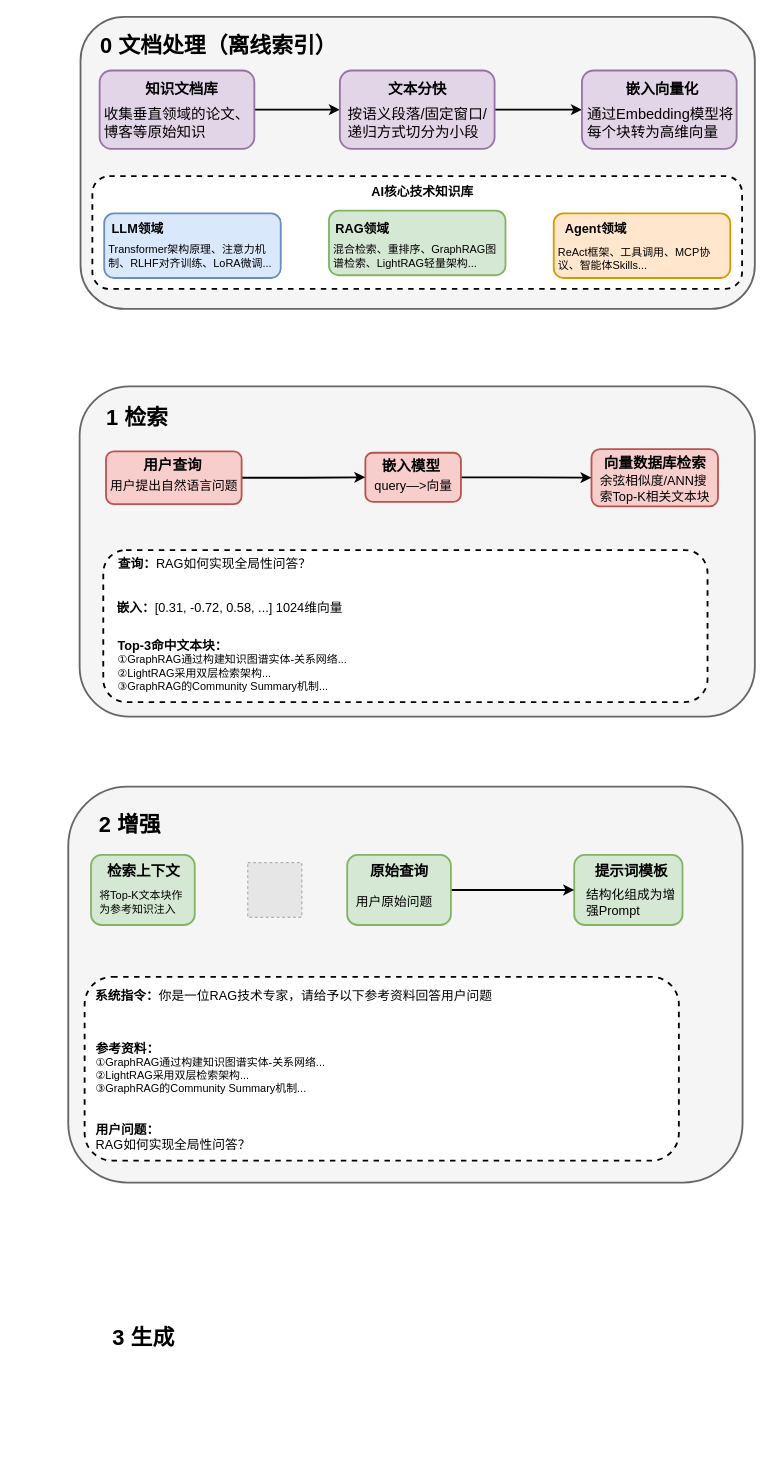
real-jiakai/draw keeps this draw.io diagram as diagrams/basic_workflow_of_rag.drawio. Above is the earlier version. Source tidied: cells renumbered, new cells numbered last; positions are measured from the earlier drawing's top-left corner, leaving out a move shared by most shapes. Both pictures are drawn from the tidied source at 91%, with x=0, y=0 at pixel (15, 16). Pictures stored in the file or linked from it are replaced by grey dashed boxes.
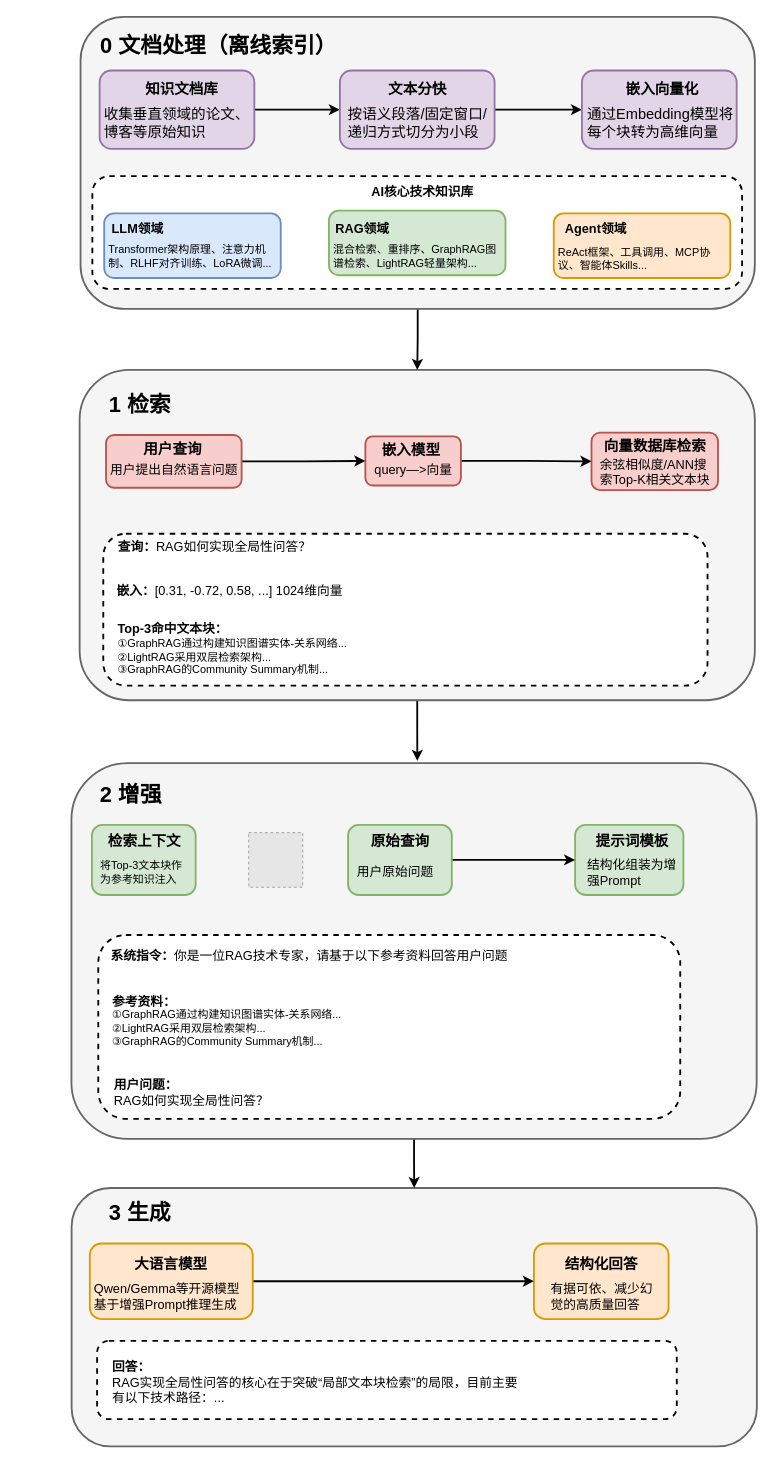
The same page after the edit.

The change refers to these unchanged cells:
```xml
<mxCell id="15" style="rounded=1;whiteSpace=wrap;html=1;fillColor=#f5f5f5;fontColor=#333333;strokeColor=#666666;strokeWidth=2;" parent="1" vertex="1">
  <mxGeometry x="71" width="741" height="321" as="geometry" />
</mxCell>
```

The edit, as a diff of the source:
```diff
@@
+    <mxCell id="61" style="rounded=1;whiteSpace=wrap;html=1;fillColor=#f5f5f5;fontColor=#333333;strokeColor=#666666;strokeWidth=2;" parent="1" vertex="1">
+      <mxGeometry x="61.2" y="1287" width="753" height="284" as="geometry" />
+    </mxCell>
+    <mxCell id="62" style="rounded=1;whiteSpace=wrap;html=1;strokeWidth=2;dashed=1;" parent="1" vertex="1">
+      <mxGeometry x="89.2" y="1455" width="637" height="86" as="geometry" />
+    </mxCell>
+    <mxCell id="63" style="rounded=1;whiteSpace=wrap;html=1;strokeWidth=2;fillColor=#ffe6cc;strokeColor=#d79b00;" parent="1" vertex="1">
+      <mxGeometry x="569.2" y="1348" width="148" height="83" as="geometry" />
+    </mxCell>
+    <mxCell id="64" style="edgeStyle=orthogonalEdgeStyle;rounded=0;jettySize=auto;html=1;exitX=1;exitY=0.5;exitDx=0;exitDy=0;strokeWidth=2;" parent="1" edge="1" source="65" target="63">
+      <mxGeometry relative="1" as="geometry" />
+    </mxCell>
+    <mxCell id="65" style="rounded=1;whiteSpace=wrap;html=1;strokeWidth=2;fillColor=#ffe6cc;strokeColor=#d79b00;" parent="1" vertex="1">
+      <mxGeometry x="81.2" y="1348" width="179" height="83" as="geometry" />
+    </mxCell>
+    <mxCell id="66" style="edgeStyle=orthogonalEdgeStyle;rounded=0;jettySize=auto;html=1;exitX=0.5;exitY=1;exitDx=0;exitDy=0;strokeWidth=2;" parent="1" edge="1" source="2" target="61">
+      <mxGeometry relative="1" as="geometry" />
+    </mxCell>
     <mxCell id="2" style="rounded=1;whiteSpace=wrap;html=1;fillColor=#f5f5f5;fontColor=#333333;strokeColor=#666666;strokeWidth=2;" parent="1" vertex="1">
-      <mxGeometry x="57.5" y="846" width="741" height="435" as="geometry" />
+      <mxGeometry x="61" y="820" width="753" height="413" as="geometry" />
     </mxCell>
     <mxCell id="3" style="rounded=1;whiteSpace=wrap;html=1;strokeWidth=2;dashed=1;" parent="1" vertex="1">
-      <mxGeometry x="75.5" y="1055" width="653" height="202" as="geometry" />
+      <mxGeometry x="90.5" y="1009" width="639.5" height="202" as="geometry" />
     </mxCell>
     <mxCell id="4" style="rounded=1;whiteSpace=wrap;html=1;fillColor=#d5e8d4;strokeColor=#82b366;strokeWidth=2;" parent="1" vertex="1">
-      <mxGeometry x="613.5" y="921" width="119" height="77" as="geometry" />
+      <mxGeometry x="614.5" y="888" width="119" height="77" as="geometry" />
     </mxCell>
@@
     <mxCell id="6" style="rounded=1;whiteSpace=wrap;html=1;fillColor=#d5e8d4;strokeColor=#82b366;strokeWidth=2;" parent="1" vertex="1">
-      <mxGeometry x="364" y="921" width="114" height="77" as="geometry" />
+      <mxGeometry x="365" y="888" width="114" height="77" as="geometry" />
     </mxCell>
     <mxCell id="7" style="rounded=1;whiteSpace=wrap;html=1;fillColor=#d5e8d4;strokeColor=#82b366;strokeWidth=2;" parent="1" vertex="1">
-      <mxGeometry x="82.5" y="921" width="114" height="77" as="geometry" />
+      <mxGeometry x="83.5" y="888" width="114" height="77" as="geometry" />
     </mxCell>
+    <mxCell id="67" style="edgeStyle=orthogonalEdgeStyle;rounded=0;jettySize=auto;html=1;exitX=0.5;exitY=1;exitDx=0;exitDy=0;strokeWidth=2;" parent="1" edge="1" source="8">
+      <mxGeometry relative="1" as="geometry">
+        <mxPoint x="441.1" y="817.6" as="targetPoint" />
+      </mxGeometry>
+    </mxCell>
     <mxCell id="8" style="rounded=1;whiteSpace=wrap;html=1;fillColor=#f5f5f5;fontColor=#333333;strokeColor=#666666;strokeWidth=2;" parent="1" vertex="1">
-      <mxGeometry x="70" y="406" width="742" height="363" as="geometry" />
+      <mxGeometry x="70" y="388" width="742" height="363" as="geometry" />
     </mxCell>
     <mxCell id="9" style="rounded=1;whiteSpace=wrap;html=1;strokeWidth=2;dashed=1;" parent="1" vertex="1">
-      <mxGeometry x="96" y="586" width="664" height="167" as="geometry" />
+      <mxGeometry x="96" y="568" width="664" height="167" as="geometry" />
     </mxCell>
     <mxCell id="10" style="rounded=1;whiteSpace=wrap;html=1;strokeWidth=2;fillColor=#f8cecc;strokeColor=#b85450;" parent="1" vertex="1">
-      <mxGeometry x="632.5" y="475" width="139" height="63" as="geometry" />
+      <mxGeometry x="632.5" y="457" width="139" height="63" as="geometry" />
     </mxCell>
@@
     <mxCell id="12" style="rounded=1;whiteSpace=wrap;html=1;strokeWidth=2;fillColor=#f8cecc;strokeColor=#b85450;" parent="1" vertex="1">
-      <mxGeometry x="384" y="479" width="105" height="54" as="geometry" />
+      <mxGeometry x="384" y="461" width="105" height="54" as="geometry" />
     </mxCell>
@@
     <mxCell id="14" style="rounded=1;whiteSpace=wrap;html=1;strokeWidth=2;fillColor=#f8cecc;strokeColor=#b85450;" parent="1" vertex="1">
-      <mxGeometry x="99" y="477.5" width="149" height="58" as="geometry" />
+      <mxGeometry x="99" y="459.5" width="149" height="58" as="geometry" />
     </mxCell>
+    <mxCell id="68" style="edgeStyle=orthogonalEdgeStyle;rounded=0;jettySize=auto;html=1;exitX=0.5;exitY=1;exitDx=0;exitDy=0;entryX=0.5;entryY=0;entryDx=0;entryDy=0;strokeWidth=2;" parent="1" edge="1" source="15" target="8">
+      <mxGeometry relative="1" as="geometry" />
+    </mxCell>
@@
     <mxCell id="21" value="&lt;span style=&quot;font-size: 24px;&quot;&gt;&lt;b&gt;1 检索&lt;/b&gt;&lt;/span&gt;" style="text;html=1;whiteSpace=wrap;strokeColor=none;fillColor=none;align=center;verticalAlign=middle;rounded=0;" parent="1" vertex="1">
-      <mxGeometry x="8" y="426" width="251" height="30" as="geometry" />
+      <mxGeometry x="11" y="412" width="251" height="30" as="geometry" />
     </mxCell>
     <mxCell id="22" value="&lt;span style=&quot;font-size: 24px;&quot;&gt;&lt;b&gt;2 增强&lt;/b&gt;&lt;/span&gt;" style="text;html=1;whiteSpace=wrap;strokeColor=none;fillColor=none;align=center;verticalAlign=middle;rounded=0;" parent="1" vertex="1">
-      <mxGeometry y="873" width="251" height="30" as="geometry" />
+      <mxGeometry x="1" y="840" width="251" height="30" as="geometry" />
     </mxCell>
     <mxCell id="23" value="&lt;span style=&quot;font-size: 24px;&quot;&gt;&lt;b&gt;3 生成&lt;/b&gt;&lt;/span&gt;" style="text;html=1;whiteSpace=wrap;strokeColor=none;fillColor=none;align=center;verticalAlign=middle;rounded=0;" parent="1" vertex="1">
-      <mxGeometry x="14.5" y="1437" width="251" height="30" as="geometry" />
+      <mxGeometry x="11" y="1300" width="251" height="30" as="geometry" />
     </mxCell>
@@
     <mxCell id="42" value="&lt;font style=&quot;font-size: 16px;&quot;&gt;&lt;b&gt;用户查询&lt;/b&gt;&lt;/font&gt;" style="text;html=1;whiteSpace=wrap;strokeColor=none;fillColor=none;align=center;verticalAlign=middle;rounded=0;" parent="1" vertex="1">
-      <mxGeometry x="138" y="477.5" width="69" height="30" as="geometry" />
+      <mxGeometry x="138" y="459.5" width="69" height="30" as="geometry" />
     </mxCell>
     <mxCell id="43" value="&lt;font style=&quot;font-size: 14px;&quot;&gt;用户提出自然语言问题&lt;/font&gt;" style="text;html=1;whiteSpace=wrap;strokeColor=none;fillColor=none;align=center;verticalAlign=middle;rounded=0;" parent="1" vertex="1">
-      <mxGeometry x="103" y="501" width="142" height="30" as="geometry" />
+      <mxGeometry x="103" y="483" width="142" height="30" as="geometry" />
     </mxCell>
     <mxCell id="44" value="&lt;span style=&quot;font-size: 16px;&quot;&gt;&lt;b&gt;嵌入模型&lt;/b&gt;&lt;/span&gt;" style="text;html=1;whiteSpace=wrap;strokeColor=none;fillColor=none;align=center;verticalAlign=middle;rounded=0;" parent="1" vertex="1">
-      <mxGeometry x="400" y="479" width="69" height="30" as="geometry" />
+      <mxGeometry x="400" y="461" width="69" height="30" as="geometry" />
     </mxCell>
     <mxCell id="45" value="&lt;span style=&quot;font-size: 14px;&quot;&gt;query—&amp;gt;向量&lt;/span&gt;" style="text;html=1;whiteSpace=wrap;strokeColor=none;fillColor=none;align=center;verticalAlign=middle;rounded=0;" parent="1" vertex="1">
-      <mxGeometry x="389.5" y="501" width="94" height="30" as="geometry" />
+      <mxGeometry x="389.5" y="483" width="94" height="30" as="geometry" />
     </mxCell>
     <mxCell id="46" value="&lt;span style=&quot;font-size: 16px;&quot;&gt;&lt;b&gt;向量数据库检索&lt;/b&gt;&lt;/span&gt;" style="text;html=1;whiteSpace=wrap;strokeColor=none;fillColor=none;align=center;verticalAlign=middle;rounded=0;" parent="1" vertex="1">
-      <mxGeometry x="640.5" y="475" width="123" height="30" as="geometry" />
+      <mxGeometry x="640.5" y="457" width="123" height="30" as="geometry" />
     </mxCell>
     <mxCell id="47" value="&lt;span style=&quot;font-size: 14px;&quot;&gt;余弦相似度/ANN搜索Top-K相关文本块&lt;/span&gt;" style="text;html=1;whiteSpace=wrap;strokeColor=none;fillColor=none;align=left;verticalAlign=middle;rounded=0;" parent="1" vertex="1">
-      <mxGeometry x="639.5" y="503" width="129" height="30" as="geometry" />
+      <mxGeometry x="639.5" y="485" width="129" height="30" as="geometry" />
     </mxCell>
     <mxCell id="48" value="&lt;span style=&quot;font-size: 14px;&quot;&gt;&lt;b&gt;查询：&lt;/b&gt;RAG如何实现全局性问答？&lt;/span&gt;" style="text;html=1;whiteSpace=wrap;strokeColor=none;fillColor=none;align=center;verticalAlign=middle;rounded=0;" parent="1" vertex="1">
-      <mxGeometry x="110" y="586" width="217" height="30" as="geometry" />
+      <mxGeometry x="110" y="568" width="217" height="30" as="geometry" />
     </mxCell>
     <mxCell id="49" value="&lt;span style=&quot;font-size: 14px;&quot;&gt;&lt;b&gt;嵌入：&lt;/b&gt;&lt;/span&gt;&lt;span style=&quot;font-size: 14px; background-color: transparent; color: light-dark(rgb(0, 0, 0), rgb(255, 255, 255));&quot;&gt;[0.31, -0.72, 0.58, ...] 1024维向量&lt;/span&gt;" style="text;html=1;whiteSpace=wrap;strokeColor=none;fillColor=none;align=left;verticalAlign=middle;rounded=0;" parent="1" vertex="1">
-      <mxGeometry x="109" y="634" width="264" height="30" as="geometry" />
+      <mxGeometry x="109" y="616" width="264" height="30" as="geometry" />
     </mxCell>
     <mxCell id="50" value="&lt;span style=&quot;font-size: 14px;&quot;&gt;&lt;b&gt;Top-3命中文本块：&lt;/b&gt;&lt;/span&gt;&lt;div&gt;①GraphRAG通过构建知识图谱实体-关系网络...&lt;/div&gt;&lt;div&gt;②LightRAG采用双层检索架构...&lt;/div&gt;&lt;div&gt;③GraphRAG的Community Summary机制...&lt;/div&gt;&lt;div&gt;&lt;br&gt;&lt;/div&gt;" style="text;html=1;whiteSpace=wrap;strokeColor=none;fillColor=none;align=left;verticalAlign=middle;rounded=0;" parent="1" vertex="1">
-      <mxGeometry x="110" y="690" width="258" height="59" as="geometry" />
+      <mxGeometry x="110" y="672" width="258" height="59" as="geometry" />
     </mxCell>
     <mxCell id="51" value="&lt;span style=&quot;font-size: 16px;&quot;&gt;&lt;b&gt;检索上下文&lt;/b&gt;&lt;/span&gt;" style="text;html=1;whiteSpace=wrap;strokeColor=none;fillColor=none;align=center;verticalAlign=middle;rounded=0;" parent="1" vertex="1">
-      <mxGeometry x="97.5" y="924" width="85" height="30" as="geometry" />
+      <mxGeometry x="98.5" y="891" width="85" height="30" as="geometry" />
     </mxCell>
-    <mxCell id="52" value="将Top-K文本块作为参考知识注入" style="text;html=1;whiteSpace=wrap;strokeColor=none;fillColor=none;align=left;verticalAlign=middle;rounded=0;" parent="1" vertex="1">
-      <mxGeometry x="89.5" y="958" width="103" height="30" as="geometry" />
+    <mxCell id="52" value="将Top-3文本块作为参考知识注入" style="text;html=1;whiteSpace=wrap;strokeColor=none;fillColor=none;align=left;verticalAlign=middle;rounded=0;" parent="1" vertex="1">
+      <mxGeometry x="90.5" y="925" width="103" height="30" as="geometry" />
     </mxCell>
     <mxCell id="53" value="&lt;span style=&quot;font-size: 16px;&quot;&gt;&lt;b&gt;原始查询&lt;/b&gt;&lt;/span&gt;" style="text;html=1;whiteSpace=wrap;strokeColor=none;fillColor=none;align=center;verticalAlign=middle;rounded=0;" parent="1" vertex="1">
-      <mxGeometry x="378.5" y="924" width="85" height="30" as="geometry" />
+      <mxGeometry x="379.5" y="891" width="85" height="30" as="geometry" />
     </mxCell>
     <mxCell id="54" value="&lt;font style=&quot;font-size: 14px;&quot;&gt;用户原始问题&lt;/font&gt;" style="text;html=1;whiteSpace=wrap;strokeColor=none;fillColor=none;align=left;verticalAlign=middle;rounded=0;" parent="1" vertex="1">
-      <mxGeometry x="371.5" y="958" width="103" height="30" as="geometry" />
+      <mxGeometry x="372.5" y="925" width="103" height="30" as="geometry" />
     </mxCell>
     <mxCell id="55" value="&lt;span style=&quot;font-size: 16px;&quot;&gt;&lt;b&gt;提示词模板&lt;/b&gt;&lt;/span&gt;" style="text;html=1;whiteSpace=wrap;strokeColor=none;fillColor=none;align=center;verticalAlign=middle;rounded=0;" parent="1" vertex="1">
-      <mxGeometry x="633.5" y="924" width="85" height="30" as="geometry" />
+      <mxGeometry x="634.5" y="891" width="85" height="30" as="geometry" />
     </mxCell>
-    <mxCell id="56" value="&lt;font style=&quot;font-size: 14px;&quot;&gt;结构化组成为增强Prompt&lt;/font&gt;" style="text;html=1;whiteSpace=wrap;strokeColor=none;fillColor=none;align=left;verticalAlign=middle;rounded=0;" parent="1" vertex="1">
-      <mxGeometry x="624.5" y="958" width="103" height="30" as="geometry" />
+    <mxCell id="56" value="&lt;font style=&quot;font-size: 14px;&quot;&gt;结构化组装为增强Prompt&lt;/font&gt;" style="text;html=1;whiteSpace=wrap;strokeColor=none;fillColor=none;align=left;verticalAlign=middle;rounded=0;" parent="1" vertex="1">
+      <mxGeometry x="625.5" y="925" width="103" height="30" as="geometry" />
     </mxCell>
-    <mxCell id="57" value="&lt;font style=&quot;font-size: 14px;&quot;&gt;&lt;b&gt;系统指令：&lt;/b&gt;你是一位RAG技术专家，请给予以下参考资料回答用户问题&lt;/font&gt;" style="text;html=1;whiteSpace=wrap;strokeColor=none;fillColor=none;align=center;verticalAlign=middle;rounded=0;" parent="1" vertex="1">
-      <mxGeometry x="82.5" y="1061" width="445" height="30" as="geometry" />
+    <mxCell id="57" value="&lt;font style=&quot;font-size: 14px;&quot;&gt;&lt;b&gt;系统指令：&lt;/b&gt;你是一位RAG技术专家，请基于以下参考资料回答用户问题&lt;/font&gt;" style="text;html=1;whiteSpace=wrap;strokeColor=none;fillColor=none;align=center;verticalAlign=middle;rounded=0;" parent="1" vertex="1">
+      <mxGeometry x="100" y="1017" width="445" height="30" as="geometry" />
     </mxCell>
     <mxCell id="58" value="&lt;font style=&quot;font-size: 14px;&quot;&gt;&lt;b&gt;参考资料：&lt;/b&gt;&lt;/font&gt;&lt;div&gt;&lt;div&gt;①GraphRAG通过构建知识图谱实体-关系网络...&lt;/div&gt;&lt;div&gt;②LightRAG采用双层检索架构...&lt;/div&gt;&lt;div&gt;③GraphRAG的Community Summary机制...&lt;/div&gt;&lt;/div&gt;" style="text;html=1;whiteSpace=wrap;strokeColor=none;fillColor=none;align=left;verticalAlign=middle;rounded=0;" parent="1" vertex="1">
-      <mxGeometry x="85.5" y="1124" width="438" height="62" as="geometry" />
+      <mxGeometry x="103.5" y="1072" width="438" height="62" as="geometry" />
     </mxCell>
     <mxCell id="59" value="&lt;font style=&quot;font-size: 14px;&quot;&gt;&lt;b&gt;用户问题：&lt;/b&gt;&lt;/font&gt;&lt;div style=&quot;&quot;&gt;&lt;font style=&quot;font-size: 14px;&quot;&gt;RAG如何实现全局性问答？&lt;/font&gt;&lt;/div&gt;" style="text;html=1;whiteSpace=wrap;strokeColor=none;fillColor=none;align=left;verticalAlign=middle;rounded=0;" parent="1" vertex="1">
-      <mxGeometry x="85.5" y="1216" width="398" height="30" as="geometry" />
+      <mxGeometry x="106" y="1167" width="398" height="30" as="geometry" />
     </mxCell>
     <mxCell id="60" style="fillColor=#E6E6E6;strokeColor=#999999;dashed=1;html=1;verticalAlign=top;verticalLabelPosition=bottom;labelBackgroundColor=#ffffff;" parent="1" vertex="1">
-      <mxGeometry x="254.8" y="929.5" width="59.4" height="60" as="geometry" />
+      <mxGeometry x="255.8" y="896.5" width="59.4" height="60" as="geometry" />
     </mxCell>
+    <mxCell id="69" value="&lt;div&gt;&lt;font style=&quot;font-size: 14px;&quot;&gt;Qwen/Gemma等开源模型基于增强Prompt推理生成&lt;/font&gt;&lt;/div&gt;" style="text;html=1;whiteSpace=wrap;strokeColor=none;fillColor=none;align=left;verticalAlign=middle;rounded=0;" parent="1" vertex="1">
+      <mxGeometry x="84.2" y="1380" width="176" height="51" as="geometry" />
+    </mxCell>
+    <mxCell id="70" value="&lt;span style=&quot;font-size: 16px;&quot;&gt;&lt;b&gt;大语言模型&lt;/b&gt;&lt;/span&gt;" style="text;html=1;whiteSpace=wrap;strokeColor=none;fillColor=none;align=center;verticalAlign=middle;rounded=0;" parent="1" vertex="1">
+      <mxGeometry x="128.2" y="1355" width="85" height="30" as="geometry" />
+    </mxCell>
+    <mxCell id="71" value="&lt;span style=&quot;font-size: 16px;&quot;&gt;&lt;b&gt;结构化回答&lt;/b&gt;&lt;/span&gt;" style="text;html=1;whiteSpace=wrap;strokeColor=none;fillColor=none;align=center;verticalAlign=middle;rounded=0;" parent="1" vertex="1">
+      <mxGeometry x="600.7" y="1355" width="85" height="30" as="geometry" />
+    </mxCell>
+    <mxCell id="72" value="&lt;span style=&quot;font-size: 14px;&quot;&gt;有据可依、减少幻觉的高质量回答&lt;/span&gt;" style="text;html=1;whiteSpace=wrap;strokeColor=none;fillColor=none;align=left;verticalAlign=middle;rounded=0;" parent="1" vertex="1">
+      <mxGeometry x="586.2" y="1380" width="125" height="51" as="geometry" />
+    </mxCell>
+    <mxCell id="73" value="&lt;font style=&quot;font-size: 14px;&quot;&gt;&lt;b&gt;回答：&lt;/b&gt;&lt;/font&gt;&lt;div&gt;&lt;font style=&quot;font-size: 14px;&quot;&gt;RAG实现全局性问答的核心在于突破“局部文本块检索”的局限，目前主要有以下技术路径：...&lt;/font&gt;&lt;/div&gt;" style="text;html=1;whiteSpace=wrap;strokeColor=none;fillColor=none;align=left;verticalAlign=middle;rounded=0;" parent="1" vertex="1">
+      <mxGeometry x="104.2" y="1471.5" width="461" height="58" as="geometry" />
+    </mxCell>
```
